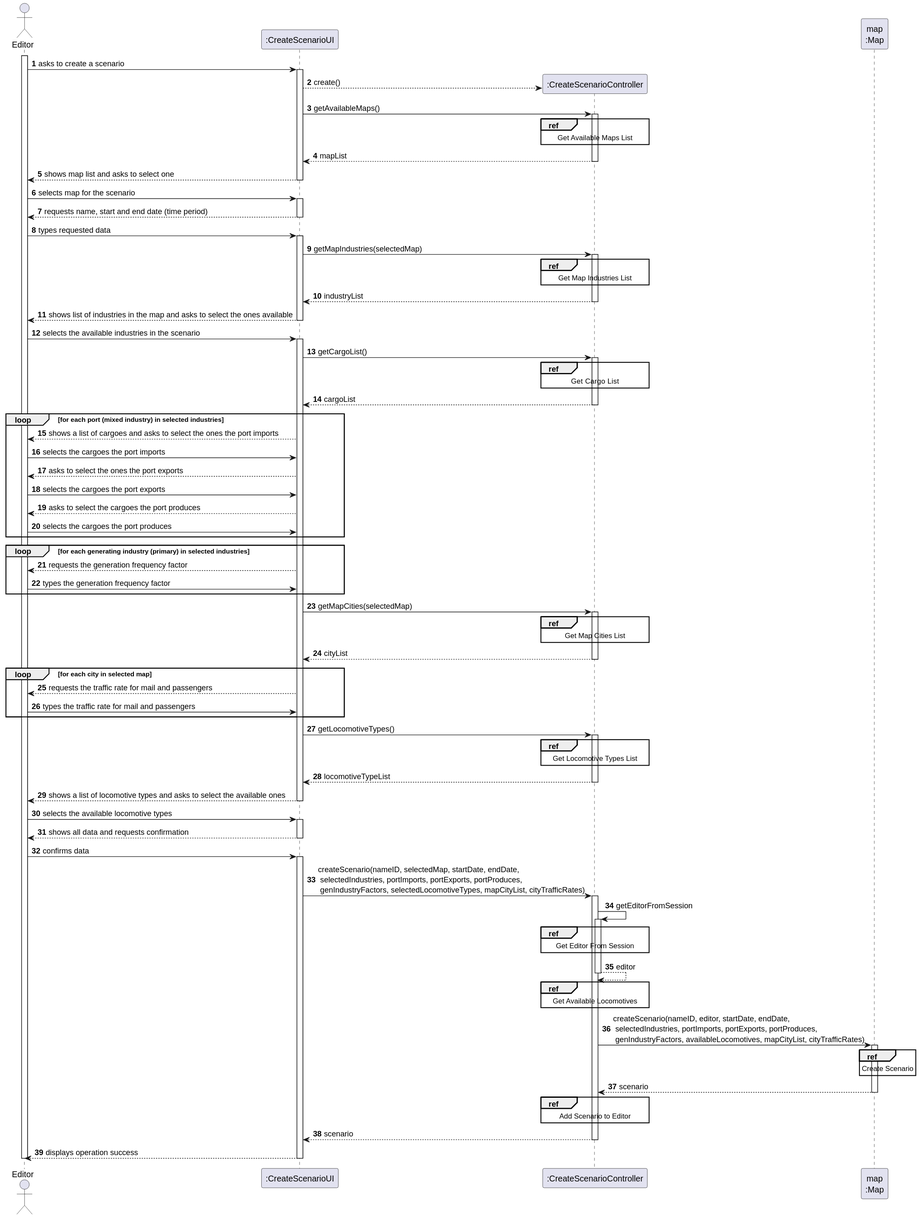
This is docs/system-documentation/Sprint 2/US04/03.design/svg/US04-SD-split.svg from HenriqueSilva18/Railway-Network-Simulator, a PlantUML export, as it was before one commit. The source it was exported from:
```plantuml
@startuml
skinparam packageStyle rectangle
skinparam shadowing false

autonumber

actor "Editor" as EDITOR
participant ":CreateScenarioUI" as UI
participant ":CreateScenarioController" as CTRL
participant "map\n:Map" as MAP

activate EDITOR

    EDITOR -> UI : asks to create a scenario
    activate UI
        UI --> CTRL** : create()

        UI -> CTRL : getAvailableMaps()
        activate CTRL
            ref over CTRL
                Get Available Maps List
            end ref
            CTRL --> UI : mapList
        deactivate CTRL

        UI --> EDITOR : shows map list and asks to select one
    deactivate UI

    EDITOR -> UI : selects map for the scenario
    activate UI
        UI --> EDITOR : requests name, start and end date (time period)
    deactivate UI

    EDITOR -> UI : types requested data
    activate UI
        UI -> CTRL : getMapIndustries(selectedMap)
        activate CTRL
            ref over CTRL
                Get Map Industries List
            end ref
            CTRL --> UI : industryList
        deactivate CTRL

        UI --> EDITOR : shows list of industries in the map and asks to select the ones available
    deactivate UI

    EDITOR -> UI : selects the available industries in the scenario
    activate UI

        UI -> CTRL : getCargoList()
        activate CTRL
                        ref over CTRL
                            Get Cargo  List
                        end ref

            CTRL --> UI : cargoList
        deactivate CTRL

        loop for each port (mixed industry) in selected industries
            UI --> EDITOR : shows a list of cargoes and asks to select the ones the port imports
            EDITOR -> UI : selects the cargoes the port imports
            UI --> EDITOR : asks to select the ones the port exports
            EDITOR -> UI : selects the cargoes the port exports
            UI --> EDITOR : asks to select the cargoes the port produces
            EDITOR -> UI : selects the cargoes the port produces
        end

        loop for each generating industry (primary) in selected industries
            UI --> EDITOR : requests the generation frequency factor
            EDITOR -> UI : types the generation frequency factor
        end

        UI -> CTRL : getMapCities(selectedMap)
        activate CTRL
            ref over CTRL
                Get Map Cities List
            end ref
            CTRL --> UI : cityList
        deactivate CTRL

        loop for each city in selected map
            UI --> EDITOR : requests the traffic rate for mail and passengers
            EDITOR -> UI : types the traffic rate for mail and passengers
        end

        UI -> CTRL : getLocomotiveTypes()
        activate CTRL
            ref over CTRL
                Get Locomotive Types List
            end ref
            CTRL --> UI : locomotiveTypeList
        deactivate CTRL

        UI --> EDITOR : shows a list of locomotive types and asks to select the available ones
    deactivate UI

    EDITOR -> UI : selects the available locomotive types
    activate UI
        UI --> EDITOR : shows all data and requests confirmation
    deactivate UI

    EDITOR -> UI : confirms data
    activate UI
        UI -> CTRL : createScenario(nameID, selectedMap, startDate, endDate,\n selectedIndustries, portImports, portExports, portProduces,\n genIndustryFactors, selectedLocomotiveTypes, mapCityList, cityTrafficRates)
        activate CTRL

        CTRL -> CTRL : getEditorFromSession
        activate CTRL
            ref over CTRL
                Get Editor From Session
            end ref
        CTRL --> CTRL : editor
        deactivate CTRL

                ref over CTRL
                    Get Available Locomotives
                end ref


            CTRL -> MAP : createScenario(nameID, editor, startDate, endDate,\n selectedIndustries, portImports, portExports, portProduces,\n genIndustryFactors, availableLocomotives, mapCityList, cityTrafficRates)
            activate MAP
                ref over MAP
                    Create Scenario
                end ref
                MAP --> CTRL : scenario
            deactivate MAP

            ref over CTRL
                Add Scenario to Editor
            end ref

            CTRL --> UI : scenario
        deactivate CTRL
        UI --> EDITOR : displays operation success
    deactivate UI

deactivate EDITOR
@enduml
```
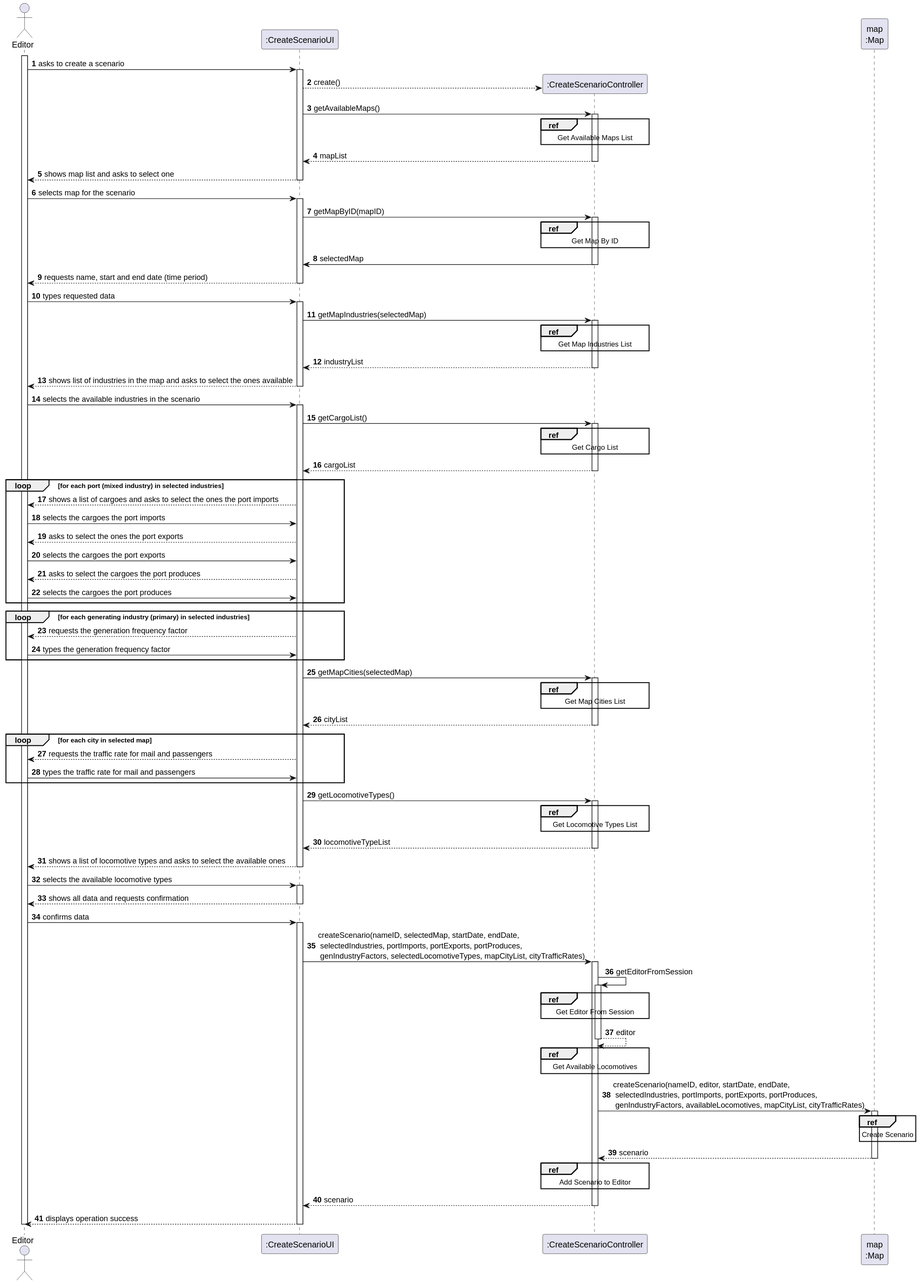
The same diagram one commit later.

Change to the diagram source:
```diff
@@ -28,6 +28,16 @@
 
     EDITOR -> UI : selects map for the scenario
     activate UI
+
+        UI -> CTRL : getMapByID(mapID)
+        activate CTRL
+                        ref over CTRL
+                            Get Map By ID
+                        end ref
+        CTRL -> UI : selectedMap
+        deactivate CTRL
+
+
         UI --> EDITOR : requests name, start and end date (time period)
     deactivate UI
 
@@ -49,9 +59,9 @@
 
         UI -> CTRL : getCargoList()
         activate CTRL
-                        ref over CTRL
-                            Get Cargo  List
-                        end ref
+            ref over CTRL
+                Get Cargo List
+            end ref
 
             CTRL --> UI : cargoList
         deactivate CTRL
```
